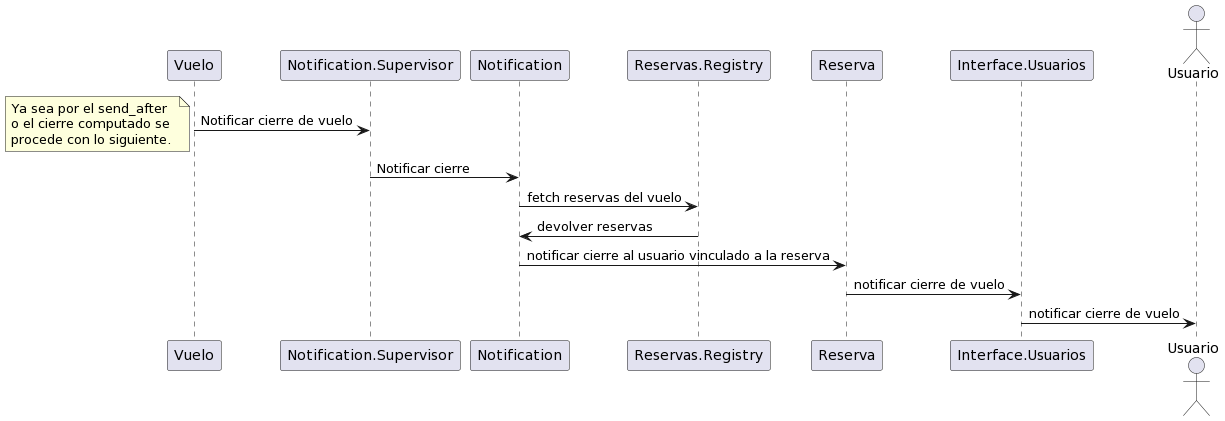
Before: diagrams/Secuencia Cierre de vuelo.png, a diagram exported from PlantUML (NicoMadd/levantar-vuelo). Source of this version:
```plantuml
@startuml
participant Vuelo
participant Notification.Supervisor
participant Notification
participant Reservas.Registry
participant Reserva
participant Interface.Usuarios
actor Usuario

Vuelo -> Notification.Supervisor: Notificar cierre de vuelo
note left: Ya sea por el send_after \no el cierre computado se \nprocede con lo siguiente.
Notification.Supervisor -> Notification: Notificar cierre
Notification -> Reservas.Registry: fetch reservas del vuelo
Reservas.Registry -> Notification: devolver reservas
Notification -> Reserva: notificar cierre al usuario vinculado a la reserva
Reserva -> Interface.Usuarios: notificar cierre de vuelo
Interface.Usuarios -> Usuario: notificar cierre de vuelo
@enduml
```
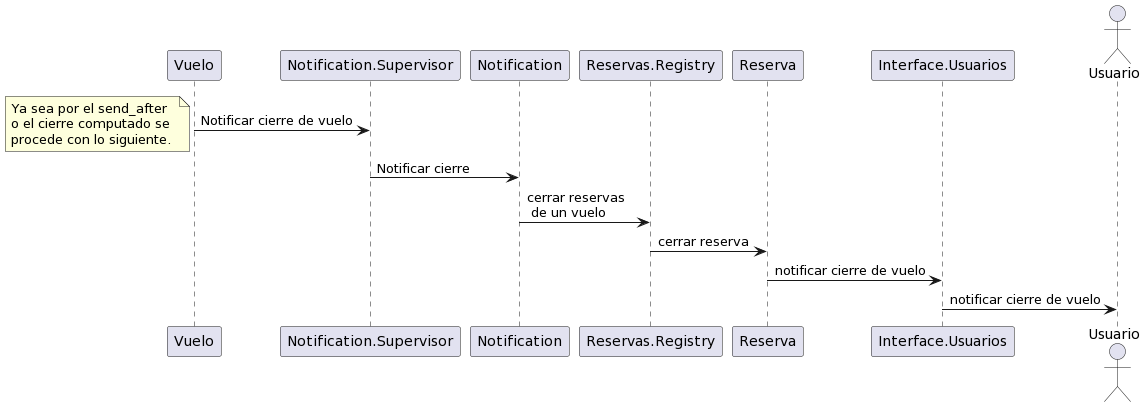
After the commit.

Commit message:
update: diagram arq + diagram secuencia

The edit, as a diff of the source:
```diff
@@ -10,9 +10,8 @@
 Vuelo -> Notification.Supervisor: Notificar cierre de vuelo
 note left: Ya sea por el send_after \no el cierre computado se \nprocede con lo siguiente.
 Notification.Supervisor -> Notification: Notificar cierre
-Notification -> Reservas.Registry: fetch reservas del vuelo
-Reservas.Registry -> Notification: devolver reservas
-Notification -> Reserva: notificar cierre al usuario vinculado a la reserva
+Notification -> Reservas.Registry: cerrar reservas\n de un vuelo
+Reservas.Registry -> Reserva: cerrar reserva
 Reserva -> Interface.Usuarios: notificar cierre de vuelo
 Interface.Usuarios -> Usuario: notificar cierre de vuelo
 @enduml
```
